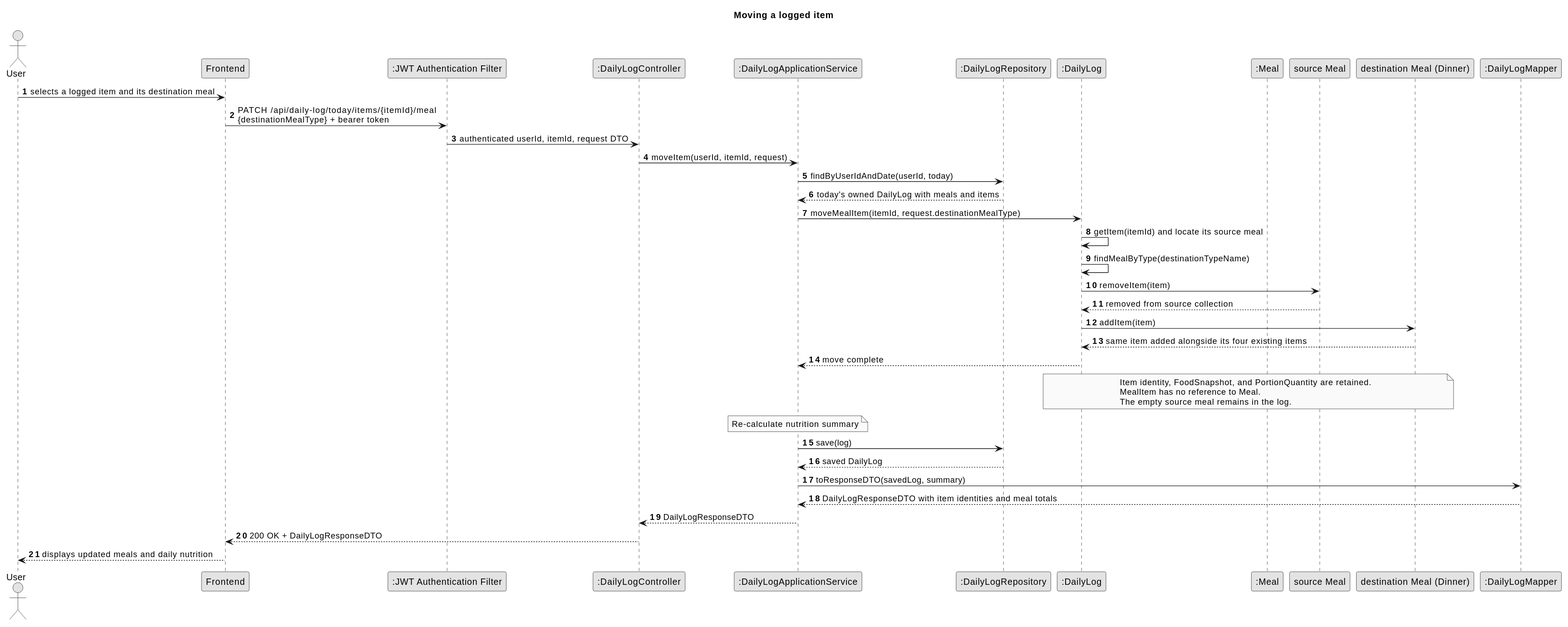
The PlantUML diagram backend/docs/US009/US009_SD_2.svg in Pedro-P21/FitMaxxer, before a commit. Its diagram source:
```plantuml
@startuml
title Moving a logged item
autonumber
skinparam monochrome true
skinparam shadowing false

actor User
participant Frontend as UI
participant ":JWT Authentication Filter" as Auth
participant ":DailyLogController" as Ctrl
participant ":DailyLogApplicationService" as Svc
participant ":DailyLogRepository" as Repo
participant ":DailyLog" as Log
participant ":Meal" as Meal
participant "source Meal" as Source
participant "destination Meal (Dinner)" as Destination
participant ":DailyLogMapper" as Mapper

User -> UI : selects a logged item and its destination meal
UI -> Auth : PATCH /api/daily-log/today/items/{itemId}/meal\n{destinationMealType} + bearer token
Auth -> Ctrl : authenticated userId, itemId, request DTO
Ctrl -> Svc : moveItem(userId, itemId, request)
Svc -> Repo : findByUserIdAndDate(userId, today)
Repo --> Svc : today's owned DailyLog with meals and items
Svc -> Log : moveMealItem(itemId, request.destinationMealType)
Log -> Log : getItem(itemId) and locate its source meal
Log -> Log : findMealByType(destinationTypeName)
Log -> Source : removeItem(item)
Source --> Log : removed from source collection
Log -> Destination : addItem(item)
Destination --> Log : same item added alongside its four existing items
Log --> Svc : move complete
note over Log, Destination
  Item identity, FoodSnapshot, and PortionQuantity are retained.
  MealItem has no reference to Meal.
  The empty source meal remains in the log.
end note

note over Svc: Re-calculate nutrition summary
Svc -> Repo : save(log)
Repo --> Svc : saved DailyLog
Svc -> Mapper : toResponseDTO(savedLog, summary)
Mapper --> Svc : DailyLogResponseDTO with item identities and meal totals
Svc --> Ctrl : DailyLogResponseDTO
Ctrl --> UI : 200 OK + DailyLogResponseDTO
UI --> User : displays updated meals and daily nutrition
@enduml
```
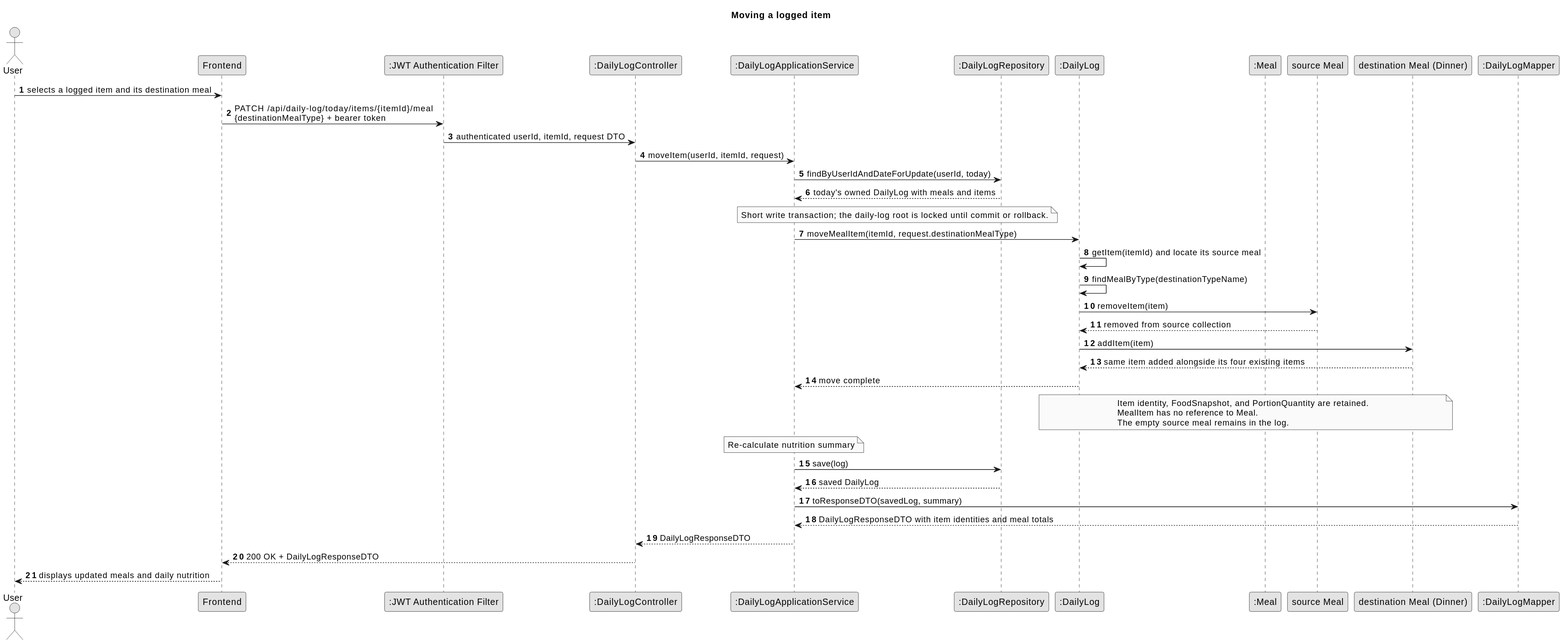
Above is the later version.

What changed in the source:
```diff
@@ -20,8 +20,9 @@
 UI -> Auth : PATCH /api/daily-log/today/items/{itemId}/meal\n{destinationMealType} + bearer token
 Auth -> Ctrl : authenticated userId, itemId, request DTO
 Ctrl -> Svc : moveItem(userId, itemId, request)
-Svc -> Repo : findByUserIdAndDate(userId, today)
+Svc -> Repo : findByUserIdAndDateForUpdate(userId, today)
 Repo --> Svc : today's owned DailyLog with meals and items
+note over Svc, Repo : Short write transaction; the daily-log root is locked until commit or rollback.
 Svc -> Log : moveMealItem(itemId, request.destinationMealType)
 Log -> Log : getItem(itemId) and locate its source meal
 Log -> Log : findMealByType(destinationTypeName)
```
